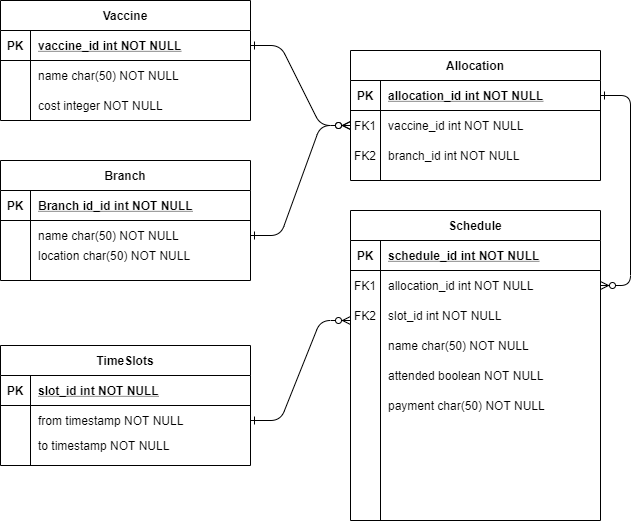
Above: datamodel.png in ankitech/vaccnow (draw.io), before the change. Source tidied: cells renumbered, new cells last; positions are measured from the earlier drawing's top-left corner, leaving out a move shared by most shapes.
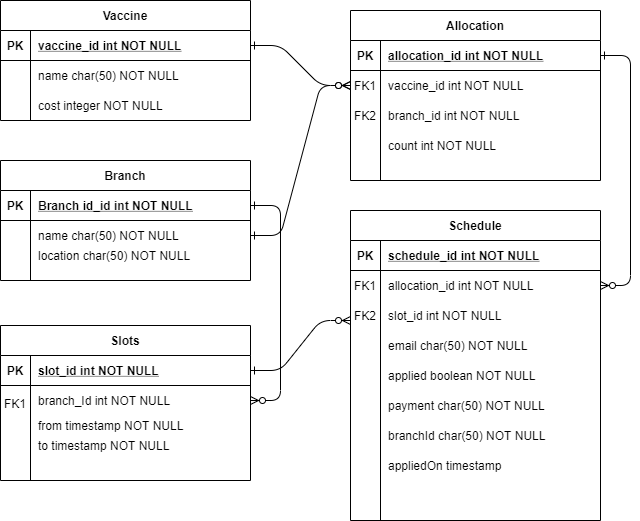
The same file after the commit.

Commit message:
added model diagram

What changed in the source:
```diff
@@ -9,7 +9,7 @@
       <mxGeometry relative="1" as="geometry" />
     </mxCell>
     <mxCell id="4" value="Allocation" style="shape=table;startSize=30;rowLines=0;fontStyle=1;align=center;" parent="1" vertex="1">
-      <mxGeometry x="350" y="50" width="250" height="130" as="geometry" />
+      <mxGeometry x="350" y="10" width="250" height="170" as="geometry" />
     </mxCell>
     <mxCell id="5" style="shape=partialRectangle;fillColor=none;points=[[0,0.5],[1,0.5]];portConstraint=eastwest;top=0;left=0;right=0;bottom=1;" parent="4" vertex="1">
       <mxGeometry y="30" width="250" height="30" as="geometry" />
@@ -129,25 +129,25 @@
       <mxGeometry x="30" width="220" height="30" as="geometry" />
     </mxCell>
     <mxCell id="44" value="FK2" style="shape=partialRectangle;overflow=hidden;fillColor=none;top=0;left=0;bottom=0;right=0;" parent="1" vertex="1">
-      <mxGeometry x="350" y="140" width="30" height="30" as="geometry" />
+      <mxGeometry x="350" y="100" width="30" height="30" as="geometry" />
     </mxCell>
     <mxCell id="45" style="edgeStyle=entityRelationEdgeStyle;endArrow=ERzeroToMany;startArrow=ERone;endFill=1;startFill=0;exitX=1;exitY=0.5;exitDx=0;exitDy=0;entryX=0;entryY=0.5;entryDx=0;entryDy=0;" parent="1" edge="1" source="38" target="8">
       <mxGeometry relative="1" as="geometry" />
     </mxCell>
-    <mxCell id="46" value="name char(50) NOT NULL" style="shape=partialRectangle;overflow=hidden;fillColor=none;top=0;left=0;bottom=0;right=0;align=left;spacingLeft=6;" parent="1" vertex="1">
+    <mxCell id="46" value="email char(50) NOT NULL" style="shape=partialRectangle;overflow=hidden;fillColor=none;top=0;left=0;bottom=0;right=0;align=left;spacingLeft=6;" parent="1" vertex="1">
       <mxGeometry x="380" y="330" width="220" height="30" as="geometry" />
     </mxCell>
     <mxCell id="47" value="payment char(50) NOT NULL" style="shape=partialRectangle;overflow=hidden;fillColor=none;top=0;left=0;bottom=0;right=0;align=left;spacingLeft=6;" parent="1" vertex="1">
       <mxGeometry x="380" y="390" width="220" height="30" as="geometry" />
     </mxCell>
-    <mxCell id="48" value="attended boolean NOT NULL" style="shape=partialRectangle;overflow=hidden;fillColor=none;top=0;left=0;bottom=0;right=0;align=left;spacingLeft=6;" parent="1" vertex="1">
+    <mxCell id="48" value="applied boolean NOT NULL" style="shape=partialRectangle;overflow=hidden;fillColor=none;top=0;left=0;bottom=0;right=0;align=left;spacingLeft=6;" parent="1" vertex="1">
       <mxGeometry x="380" y="360" width="220" height="30" as="geometry" />
     </mxCell>
     <mxCell id="49" value="FK2" style="shape=partialRectangle;overflow=hidden;fillColor=none;top=0;left=0;bottom=0;right=0;" parent="1" vertex="1">
       <mxGeometry x="350" y="300" width="30" height="30" as="geometry" />
     </mxCell>
-    <mxCell id="50" value="TimeSlots" style="shape=table;startSize=30;rowLines=0;fontStyle=1;align=center;" parent="1" vertex="1">
-      <mxGeometry y="345" width="250" height="120" as="geometry" />
+    <mxCell id="50" value="Slots" style="shape=table;startSize=30;rowLines=0;fontStyle=1;align=center;" parent="1" vertex="1">
+      <mxGeometry y="325" width="250" height="155" as="geometry" />
     </mxCell>
     <mxCell id="51" style="shape=partialRectangle;fillColor=none;points=[[0,0.5],[1,0.5]];portConstraint=eastwest;top=0;left=0;right=0;bottom=1;" parent="50" vertex="1">
       <mxGeometry y="30" width="250" height="30" as="geometry" />
@@ -164,16 +164,40 @@
     <mxCell id="55" style="shape=partialRectangle;overflow=hidden;fillColor=none;top=0;left=0;bottom=0;right=0;" parent="54" vertex="1">
       <mxGeometry width="30" height="30" as="geometry" />
     </mxCell>
-    <mxCell id="56" value="from timestamp NOT NULL" style="shape=partialRectangle;overflow=hidden;fillColor=none;top=0;left=0;bottom=0;right=0;align=left;spacingLeft=6;" parent="54" vertex="1">
+    <mxCell id="56" value="branch_Id int NOT NULL" style="shape=partialRectangle;overflow=hidden;fillColor=none;top=0;left=0;bottom=0;right=0;align=left;spacingLeft=6;" parent="54" vertex="1">
       <mxGeometry x="30" width="220" height="30" as="geometry" />
     </mxCell>
     <mxCell id="57" value="to timestamp NOT NULL" style="shape=partialRectangle;overflow=hidden;fillColor=none;top=0;left=0;bottom=0;right=0;align=left;spacingLeft=6;" parent="1" vertex="1">
       <mxGeometry x="30" y="430" width="220" height="30" as="geometry" />
     </mxCell>
-    <mxCell id="58" style="edgeStyle=entityRelationEdgeStyle;endArrow=ERzeroToMany;startArrow=ERone;endFill=1;startFill=0;exitX=1;exitY=0.5;exitDx=0;exitDy=0;" parent="1" edge="1" source="54">
+    <mxCell id="58" style="edgeStyle=entityRelationEdgeStyle;endArrow=ERzeroToMany;startArrow=ERone;endFill=1;startFill=0;exitX=1;exitY=0.5;exitDx=0;exitDy=0;" parent="1" edge="1" source="51">
       <mxGeometry relative="1" as="geometry">
         <mxPoint x="350" y="320" as="targetPoint" />
       </mxGeometry>
     </mxCell>
+    <mxCell id="59" value="count int NOT NULL" style="shape=partialRectangle;overflow=hidden;fillColor=none;top=0;left=0;bottom=0;right=0;align=left;spacingLeft=6;" parent="1" vertex="1">
+      <mxGeometry x="380" y="130" width="220" height="30" as="geometry" />
+    </mxCell>
+    <mxCell id="60" value="branchId char(50) NOT NULL" style="shape=partialRectangle;overflow=hidden;fillColor=none;top=0;left=0;bottom=0;right=0;align=left;spacingLeft=6;" parent="1" vertex="1">
+      <mxGeometry x="380" y="420" width="220" height="30" as="geometry" />
+    </mxCell>
+    <mxCell id="61" value="appliedOn timestamp" style="shape=partialRectangle;overflow=hidden;fillColor=none;top=0;left=0;bottom=0;right=0;align=left;spacingLeft=6;" parent="1" vertex="1">
+      <mxGeometry x="380" y="450" width="220" height="30" as="geometry" />
+    </mxCell>
+    <mxCell id="62" style="shape=partialRectangle;fillColor=none;top=0;left=0;right=0;bottom=0;" parent="1" vertex="1">
+      <mxGeometry y="410" width="250" height="30" as="geometry" />
+    </mxCell>
+    <mxCell id="63" style="shape=partialRectangle;overflow=hidden;fillColor=none;top=0;left=0;bottom=0;right=0;" parent="62" vertex="1">
+      <mxGeometry width="30" height="30" as="geometry" />
+    </mxCell>
+    <mxCell id="64" value="from timestamp NOT NULL" style="shape=partialRectangle;overflow=hidden;fillColor=none;top=0;left=0;bottom=0;right=0;align=left;spacingLeft=6;" parent="62" vertex="1">
+      <mxGeometry x="30" width="220" height="30" as="geometry" />
+    </mxCell>
+    <mxCell id="65" value="FK1" style="shape=partialRectangle;overflow=hidden;fillColor=none;top=0;left=0;bottom=0;right=0;" parent="1" vertex="1">
+      <mxGeometry y="387.5" width="30" height="30" as="geometry" />
+    </mxCell>
+    <mxCell id="66" style="edgeStyle=entityRelationEdgeStyle;endArrow=ERzeroToMany;startArrow=ERone;endFill=1;startFill=0;exitX=1;exitY=0.5;exitDx=0;exitDy=0;entryX=1;entryY=0.5;entryDx=0;entryDy=0;" parent="1" edge="1" source="35" target="54">
+      <mxGeometry relative="1" as="geometry" />
+    </mxCell>
   </root>
 </mxGraphModel>
```
